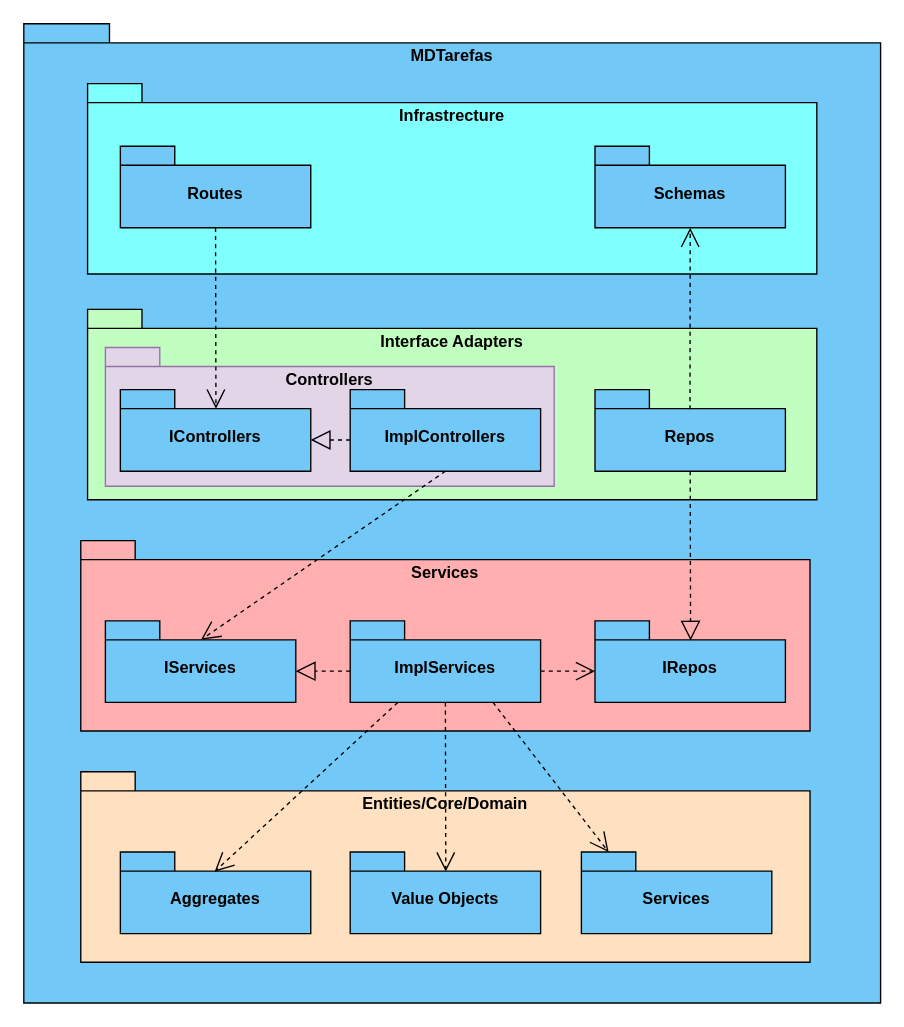
Above: docs/Sprint_C/N3/VI_MDTarefas.drawio in SEM5PI2324G58/sem5pi_g58_23_24 (draw.io), before the change. Source tidied: cells renumbered, new cells numbered last; positions are measured from the earlier drawing's top-left corner, leaving out a move shared by most shapes. Both pictures are drawn from the tidied source at 136%, with x=0, y=0 at pixel (23, 23).
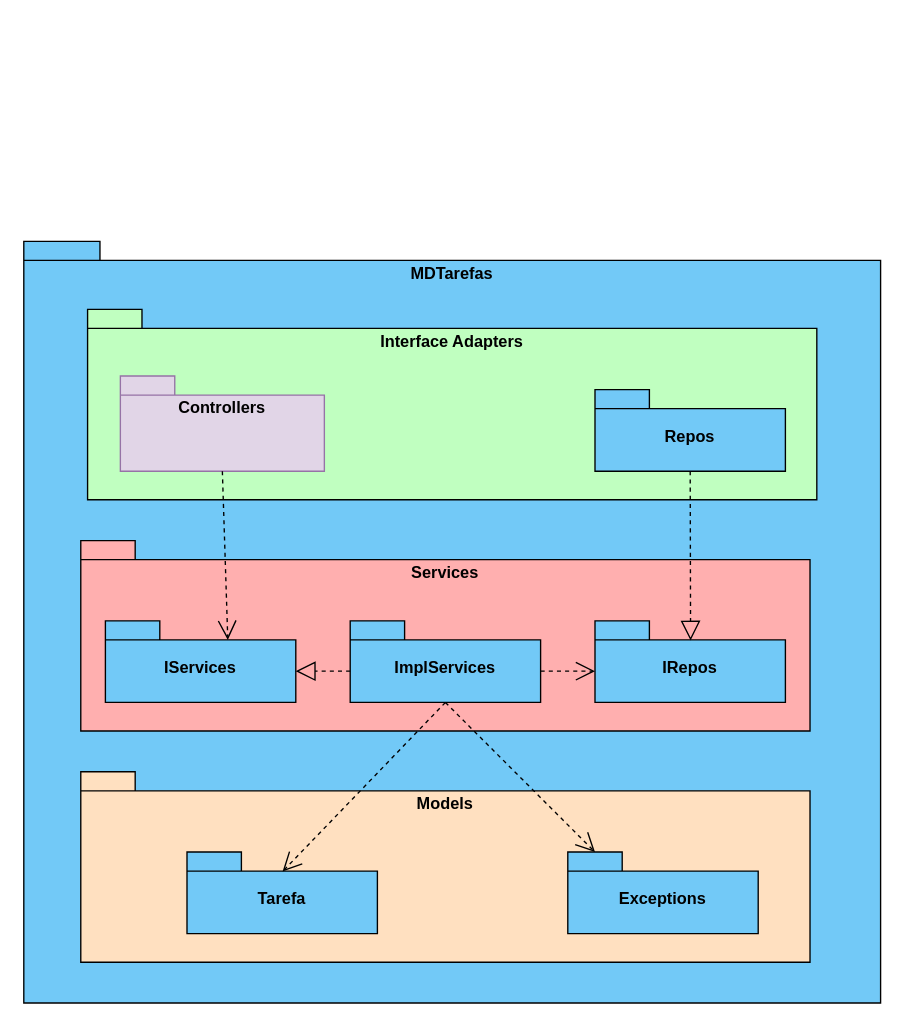
The same page after the edit.

Unchanged cells that the change refers to:
```xml
<mxCell id="8" value="Repos" style="shape=folder;fontStyle=1;spacingTop=10;tabWidth=40;tabHeight=14;tabPosition=left;html=1;whiteSpace=wrap;fillColor=#72C9F7;" parent="1" vertex="1">
  <mxGeometry x="420" y="269" width="140" height="60" as="geometry" />
</mxCell>
<mxCell id="13" value="IServices" style="shape=folder;fontStyle=1;spacingTop=10;tabWidth=40;tabHeight=14;tabPosition=left;html=1;whiteSpace=wrap;fillColor=#72C9F7;" parent="1" vertex="1">
  <mxGeometry x="60" y="439" width="140" height="60" as="geometry" />
</mxCell>
<mxCell id="14" value="ImplServices" style="shape=folder;fontStyle=1;spacingTop=10;tabWidth=40;tabHeight=14;tabPosition=left;html=1;whiteSpace=wrap;fillColor=#72C9F7;" parent="1" vertex="1">
  <mxGeometry x="240" y="439" width="140" height="60" as="geometry" />
</mxCell>
```

What changed in the source:
```diff
@@
     <mxCell id="2" value="MDTarefas" style="shape=folder;fontStyle=1;spacingTop=10;tabWidth=40;tabHeight=14;tabPosition=left;html=1;whiteSpace=wrap;verticalAlign=top;fillColor=#72C9F7;" parent="1" vertex="1">
-      <mxGeometry width="630" height="720" as="geometry" />
+      <mxGeometry y="160" width="630" height="560" as="geometry" />
     </mxCell>
-    <mxCell id="3" value="Infrastrecture" style="shape=folder;fontStyle=1;spacingTop=10;tabWidth=40;tabHeight=14;tabPosition=left;html=1;whiteSpace=wrap;verticalAlign=top;fillColor=#80ffff;" parent="1" vertex="1">
-      <mxGeometry x="46.9" y="44" width="536.2" height="140" as="geometry" />
-    </mxCell>
-    <mxCell id="4" value="Routes" style="shape=folder;fontStyle=1;spacingTop=10;tabWidth=40;tabHeight=14;tabPosition=left;html=1;whiteSpace=wrap;fillColor=#72C9F7;" parent="1" vertex="1">
-      <mxGeometry x="71" y="90" width="140" height="60" as="geometry" />
-    </mxCell>
-    <mxCell id="5" value="Schemas" style="shape=folder;fontStyle=1;spacingTop=10;tabWidth=40;tabHeight=14;tabPosition=left;html=1;whiteSpace=wrap;fillColor=#72C9F7;" parent="1" vertex="1">
-      <mxGeometry x="420" y="90" width="140" height="60" as="geometry" />
-    </mxCell>
@@
     <mxCell id="7" value="Controllers" style="shape=folder;fontStyle=1;spacingTop=10;tabWidth=40;tabHeight=14;tabPosition=left;html=1;whiteSpace=wrap;verticalAlign=top;fillColor=#e1d5e7;strokeColor=#9673a6;" parent="1" vertex="1">
-      <mxGeometry x="60" y="238" width="330" height="102" as="geometry" />
+      <mxGeometry x="71" y="259" width="150" height="70" as="geometry" />
     </mxCell>
@@
-    <mxCell id="9" value="IControllers" style="shape=folder;fontStyle=1;spacingTop=10;tabWidth=40;tabHeight=14;tabPosition=left;html=1;whiteSpace=wrap;fillColor=#72C9F7;" parent="1" vertex="1">
-      <mxGeometry x="71" y="269" width="140" height="60" as="geometry" />
-    </mxCell>
-    <mxCell id="10" value="ImplControllers" style="shape=folder;fontStyle=1;spacingTop=10;tabWidth=40;tabHeight=14;tabPosition=left;html=1;whiteSpace=wrap;fillColor=#72C9F7;" parent="1" vertex="1">
-      <mxGeometry x="240" y="269" width="140" height="60" as="geometry" />
-    </mxCell>
@@
-    <mxCell id="15" value="Entities/Core/Domain" style="shape=folder;fontStyle=1;spacingTop=10;tabWidth=40;tabHeight=14;tabPosition=left;html=1;whiteSpace=wrap;verticalAlign=top;fillColor=#ffe0c0;" parent="1" vertex="1">
+    <mxCell id="15" value="Models" style="shape=folder;fontStyle=1;spacingTop=10;tabWidth=40;tabHeight=14;tabPosition=left;html=1;whiteSpace=wrap;verticalAlign=top;fillColor=#ffe0c0;" parent="1" vertex="1">
       <mxGeometry x="41.9" y="550" width="536.2" height="140" as="geometry" />
     </mxCell>
-    <mxCell id="16" value="Services" style="shape=folder;fontStyle=1;spacingTop=10;tabWidth=40;tabHeight=14;tabPosition=left;html=1;whiteSpace=wrap;fillColor=#72C9F7;" parent="1" vertex="1">
-      <mxGeometry x="410" y="609" width="140" height="60" as="geometry" />
+    <mxCell id="16" value="Exceptions" style="shape=folder;fontStyle=1;spacingTop=10;tabWidth=40;tabHeight=14;tabPosition=left;html=1;whiteSpace=wrap;fillColor=#72C9F7;" parent="1" vertex="1">
+      <mxGeometry x="400" y="609" width="140" height="60" as="geometry" />
     </mxCell>
-    <mxCell id="17" value="Aggregates" style="shape=folder;fontStyle=1;spacingTop=10;tabWidth=40;tabHeight=14;tabPosition=left;html=1;whiteSpace=wrap;fillColor=#72C9F7;" parent="1" vertex="1">
-      <mxGeometry x="71" y="609" width="140" height="60" as="geometry" />
-    </mxCell>
-    <mxCell id="18" value="Value Objects" style="shape=folder;fontStyle=1;spacingTop=10;tabWidth=40;tabHeight=14;tabPosition=left;html=1;whiteSpace=wrap;fillColor=#72C9F7;" parent="1" vertex="1">
-      <mxGeometry x="240" y="609" width="140" height="60" as="geometry" />
+    <mxCell id="18" value="Tarefa" style="shape=folder;fontStyle=1;spacingTop=10;tabWidth=40;tabHeight=14;tabPosition=left;html=1;whiteSpace=wrap;fillColor=#72C9F7;" parent="1" vertex="1">
+      <mxGeometry x="120" y="609" width="140" height="60" as="geometry" />
     </mxCell>
@@
-    <mxCell id="20" style="endArrow=open;endSize=12;dashed=1;html=1;rounded=0;entryX=0;entryY=0;entryDx=20;entryDy=0;entryPerimeter=0;exitX=0.75;exitY=1;exitDx=0;exitDy=0;exitPerimeter=0;" parent="1" edge="1" source="14" target="16">
+    <mxCell id="20" style="endArrow=open;endSize=12;dashed=1;html=1;rounded=0;entryX=0;entryY=0;entryDx=20;entryDy=0;entryPerimeter=0;exitX=0.5;exitY=1;exitDx=0;exitDy=0;exitPerimeter=0;" parent="1" edge="1" source="14" target="16">
       <mxGeometry relative="1" as="geometry" />
     </mxCell>
-    <mxCell id="21" style="endArrow=open;endSize=12;dashed=1;html=1;rounded=0;entryX=0.495;entryY=0.241;entryDx=0;entryDy=0;entryPerimeter=0;exitX=0.25;exitY=1;exitDx=0;exitDy=0;exitPerimeter=0;" parent="1" edge="1" source="14" target="17">
-      <mxGeometry x="-0.05" y="43" relative="1" as="geometry" />
-    </mxCell>
@@
-    <mxCell id="24" style="endArrow=open;endSize=12;dashed=1;html=1;rounded=0;exitX=0.5;exitY=1;exitDx=0;exitDy=0;exitPerimeter=0;entryX=0.502;entryY=0.233;entryDx=0;entryDy=0;entryPerimeter=0;" parent="1" edge="1" source="10" target="13">
+    <mxCell id="24" style="endArrow=open;endSize=12;dashed=1;html=1;rounded=0;exitX=0.5;exitY=1;exitDx=0;exitDy=0;exitPerimeter=0;entryX=0;entryY=0;entryDx=90;entryDy=14;entryPerimeter=0;" parent="1" edge="1" source="7" target="13">
       <mxGeometry relative="1" as="geometry" />
     </mxCell>
@@
-    <mxCell id="26" style="endArrow=block;dashed=1;endFill=0;endSize=12;html=1;rounded=0;exitX=0;exitY=0;exitDx=0;exitDy=37;exitPerimeter=0;entryX=0;entryY=0;entryDx=140;entryDy=37;entryPerimeter=0;" parent="1" edge="1" source="10" target="9">
-      <mxGeometry relative="1" as="geometry" />
-    </mxCell>
-    <mxCell id="27" style="endArrow=open;endSize=12;dashed=1;html=1;rounded=0;exitX=0.5;exitY=1;exitDx=0;exitDy=0;exitPerimeter=0;entryX=0.502;entryY=0.233;entryDx=0;entryDy=0;entryPerimeter=0;" parent="1" edge="1" source="4" target="9">
-      <mxGeometry relative="1" as="geometry" />
-    </mxCell>
-    <mxCell id="28" style="endArrow=open;endSize=12;dashed=1;html=1;rounded=0;exitX=0.499;exitY=0.241;exitDx=0;exitDy=0;exitPerimeter=0;entryX=0.5;entryY=1;entryDx=0;entryDy=0;entryPerimeter=0;" parent="1" edge="1" source="8" target="5">
-      <mxGeometry relative="1" as="geometry" />
-    </mxCell>
```
